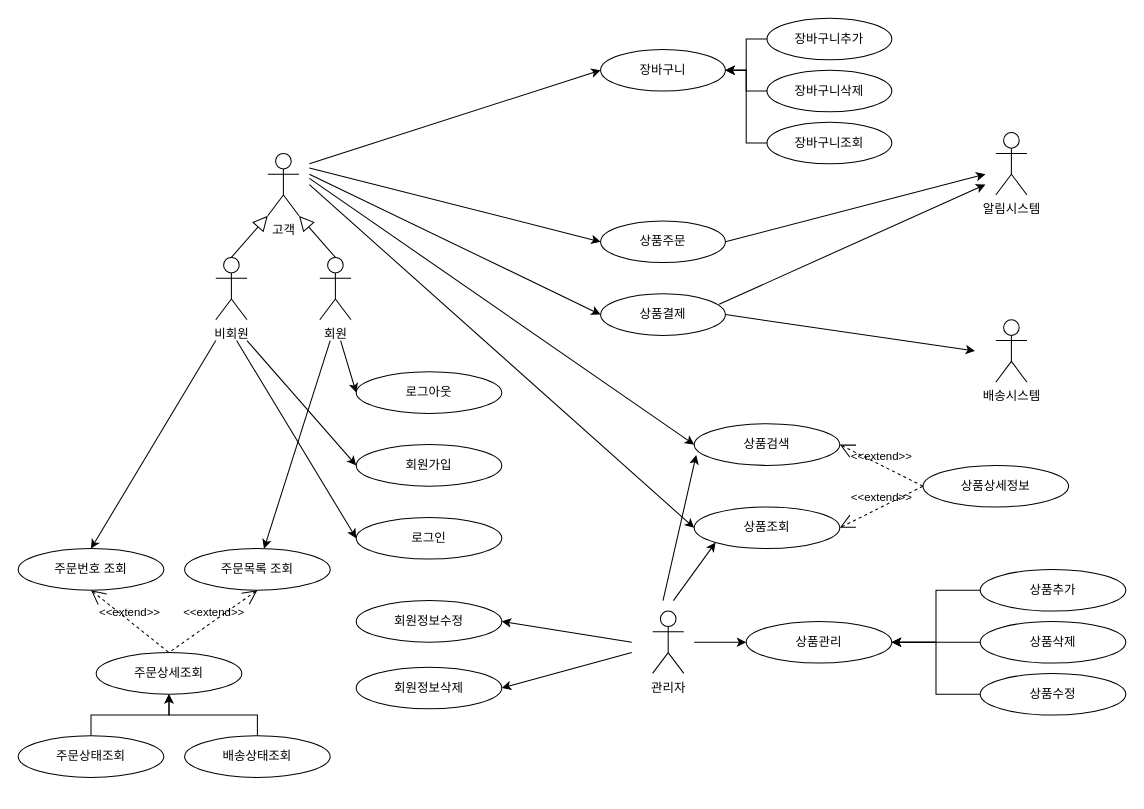
Before: assets/[PROJ]UCD.drawio in BKing625/ShopingMallProj, a draw.io diagram. Source tidied: cells renumbered, new cells numbered last; positions are measured from the earlier drawing's top-left corner, leaving out a move shared by most shapes. Both pictures are drawn from the tidied source at 104%, with x=0, y=0 at pixel (18, -710).
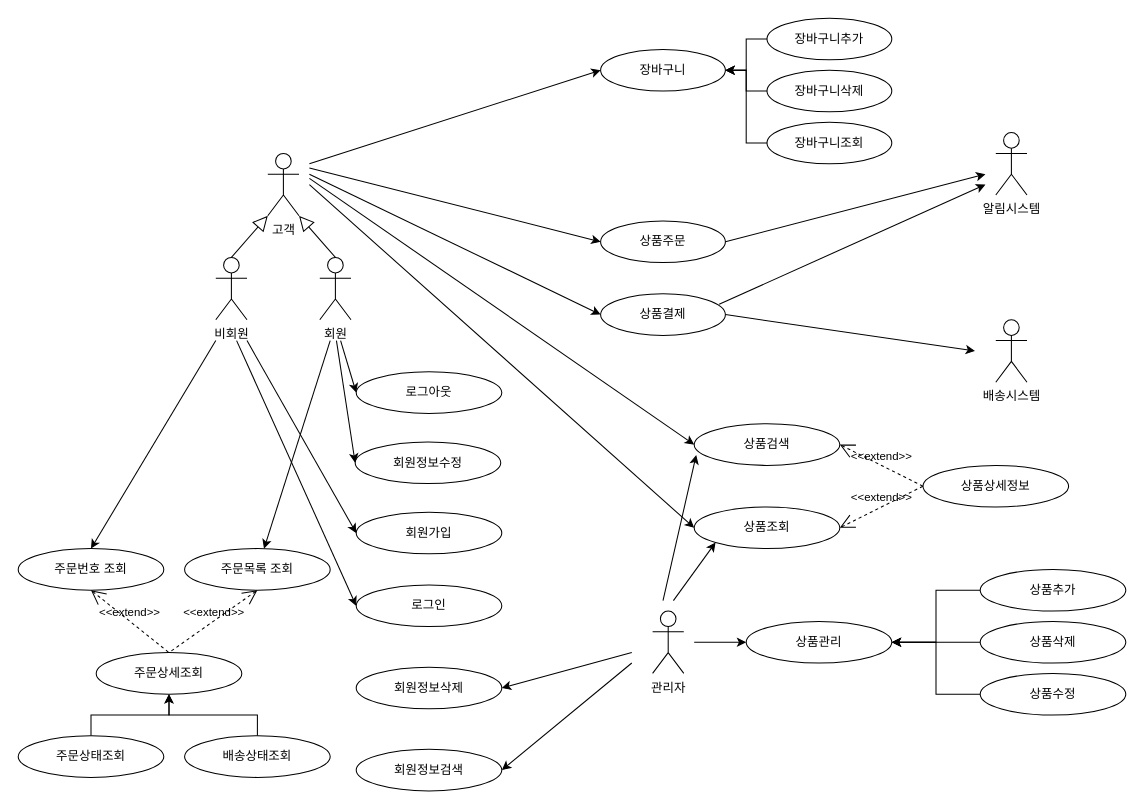
The same diagram, later.

Change to the diagram source:
```diff
@@
     <mxCell id="10" value="회원가입" style="ellipse;whiteSpace=wrap;html=1;" parent="1" vertex="1">
-      <mxGeometry x="325" y="1110" width="140" height="40" as="geometry" />
+      <mxGeometry x="325" y="1175" width="140" height="40" as="geometry" />
     </mxCell>
     <mxCell id="11" value="로그인" style="ellipse;whiteSpace=wrap;html=1;" parent="1" vertex="1">
-      <mxGeometry x="325" y="1180" width="140" height="40" as="geometry" />
+      <mxGeometry x="325" y="1245" width="140" height="40" as="geometry" />
     </mxCell>
@@
     <mxCell id="17" value="회원정보수정" style="ellipse;whiteSpace=wrap;html=1;" parent="1" vertex="1">
-      <mxGeometry x="325" y="1260" width="140" height="40" as="geometry" />
+      <mxGeometry x="324" y="1107.5" width="140" height="40" as="geometry" />
     </mxCell>
@@
-    <mxCell id="19" style="endArrow=classic;html=1;entryX=1;entryY=0.5;entryDx=0;entryDy=0;" parent="1" edge="1" target="17">
+    <mxCell id="19" style="endArrow=classic;html=1;entryX=0;entryY=0.5;entryDx=0;entryDy=0;" parent="1" edge="1" target="17">
       <mxGeometry relative="1" as="geometry">
-        <mxPoint x="590" y="1300" as="sourcePoint" />
+        <mxPoint x="306" y="1010" as="sourcePoint" />
       </mxGeometry>
     </mxCell>
@@
+    <mxCell id="66" value="회원정보검색" style="ellipse;whiteSpace=wrap;html=1;" parent="1" vertex="1">
+      <mxGeometry x="325" y="1403" width="140" height="40" as="geometry" />
+    </mxCell>
+    <mxCell id="67" style="endArrow=classic;html=1;entryX=1;entryY=0.5;entryDx=0;entryDy=0;" parent="1" edge="1" target="66">
+      <mxGeometry relative="1" as="geometry">
+        <mxPoint x="590" y="1320" as="sourcePoint" />
+      </mxGeometry>
+    </mxCell>
```
